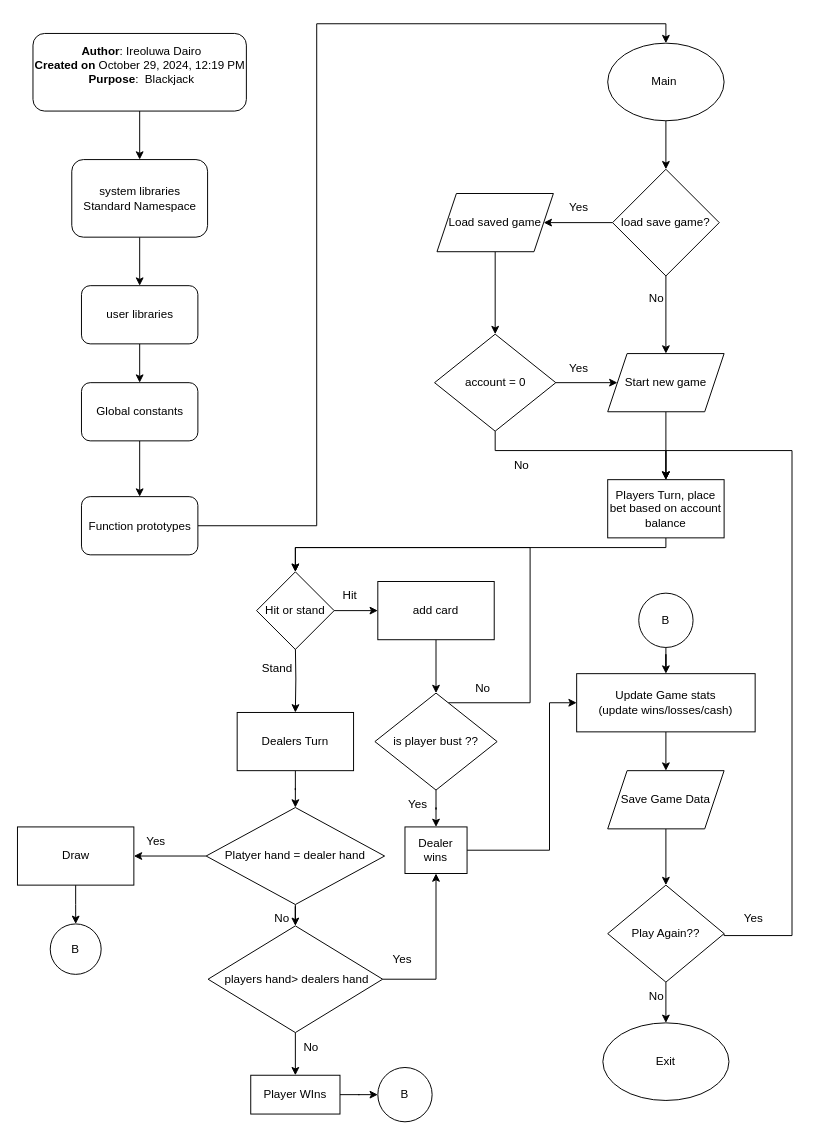
Earlier version of the draw.io diagram project/Blackjack.drawio (Kvngjaid04/CSC--17A). Source tidied: cells renumbered, new cells numbered last; positions are measured from the earlier drawing's top-left corner, leaving out a move shared by most shapes. Both pictures are drawn from the tidied source at 97%, with x=0, y=0 at pixel (17, 23).
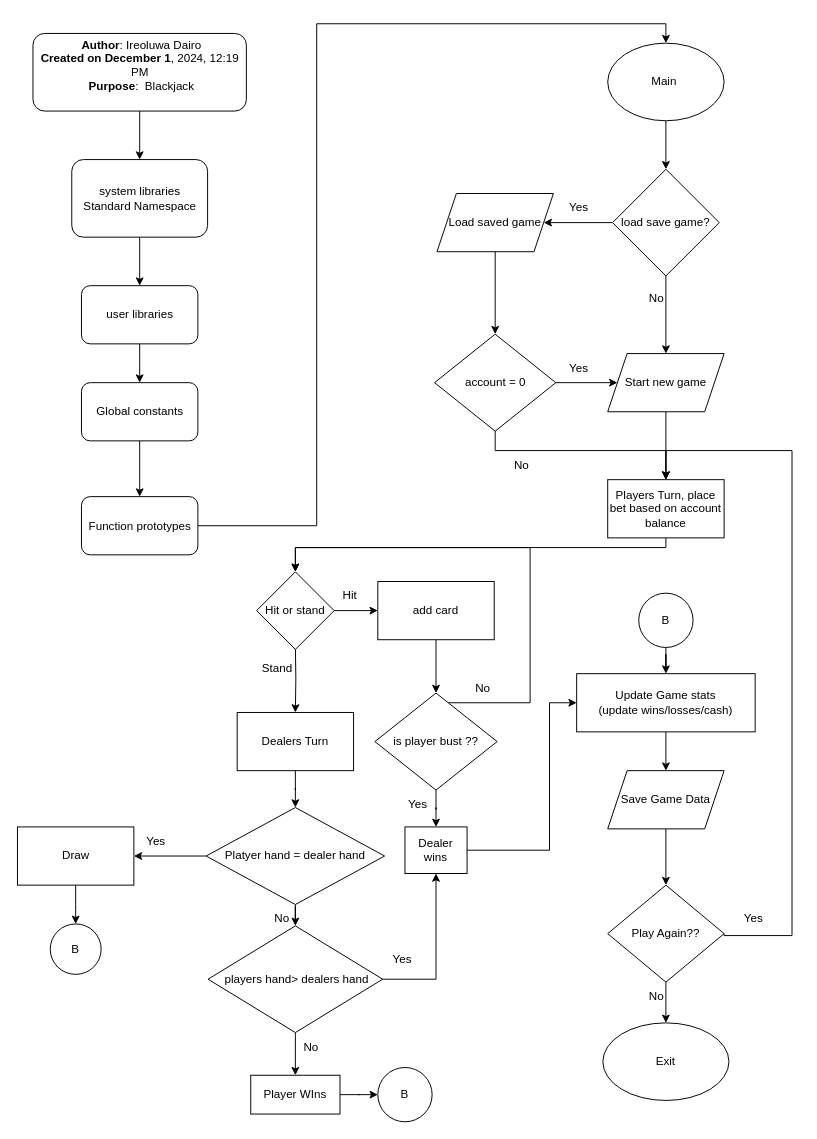
Above is the later version.

The edit, as a diff of the source:
```diff
@@
-    <mxCell id="11" value="&lt;b&gt;&amp;nbsp;Author&lt;/b&gt;: Ireoluwa Dairo&lt;br&gt;&lt;b&gt;Created on &lt;/b&gt;October 29, 2024, 12:19 PM&lt;br&gt;&lt;b&gt;&amp;nbsp;Purpose&lt;/b&gt;:&amp;nbsp; Blackjack&lt;div&gt;&lt;br&gt;&lt;/div&gt;" style="whiteSpace=wrap;html=1;rounded=1;" parent="1" vertex="1">
+    <mxCell id="11" value="&lt;b&gt;&amp;nbsp;Author&lt;/b&gt;: Ireoluwa Dairo&lt;br&gt;&lt;b&gt;Created on December 1&lt;/b&gt;, 2024, 12:19 PM&lt;br&gt;&lt;b&gt;&amp;nbsp;Purpose&lt;/b&gt;:&amp;nbsp; Blackjack&lt;div&gt;&lt;br&gt;&lt;/div&gt;" style="whiteSpace=wrap;html=1;rounded=1;" parent="1" vertex="1">
       <mxGeometry x="15.5" y="10" width="220" height="80" as="geometry" />
     </mxCell>
```
